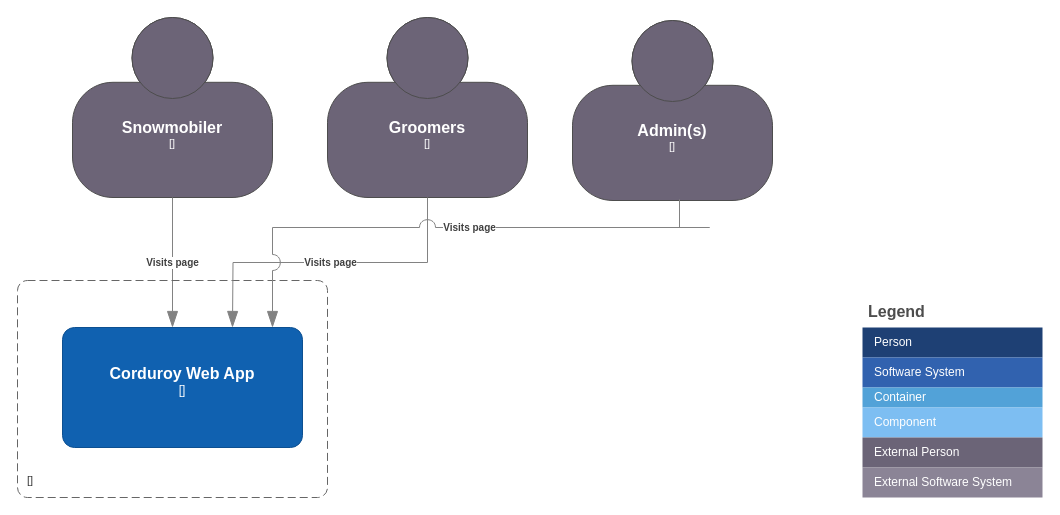
Above: docs/C4/Context-C4.drawio in bartelsjoshuac/Corduroy (draw.io), before the change. Source tidied: cells renumbered, new cells numbered last; positions are measured from the earlier drawing's top-left corner, leaving out a move shared by most shapes. Both pictures are drawn from the tidied source at 100%, with x=0, y=0 at pixel (17, 17).
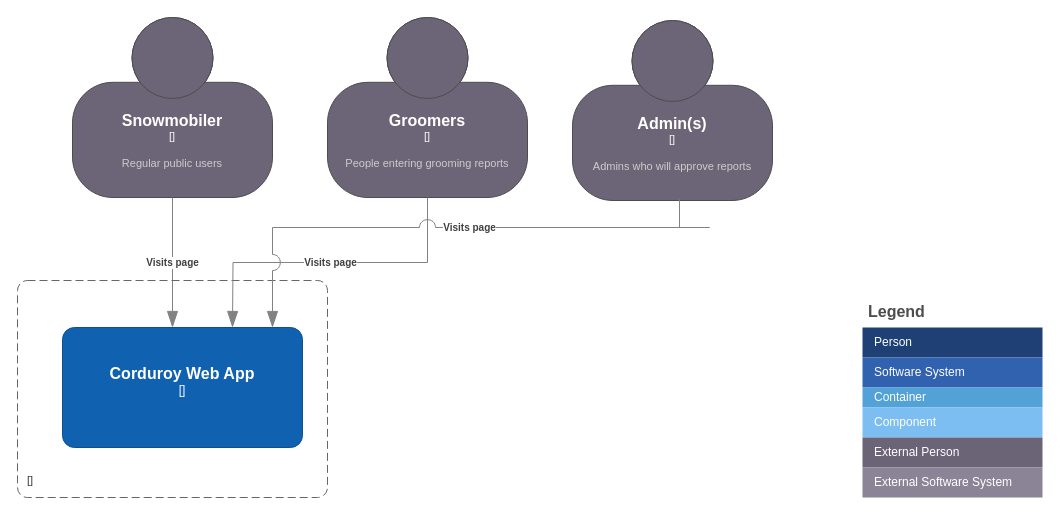
After the change.

What changed in the source:
```diff
@@
-    <object id="2" label="&lt;font style=&quot;font-size: 16px&quot;&gt;&lt;b&gt;%c4Name%&lt;/b&gt;&lt;/font&gt;&lt;div&gt;[%c4Type%]&lt;/div&gt;&lt;br&gt;&lt;div&gt;&lt;font style=&quot;font-size: 11px&quot;&gt;&lt;font color=&quot;#cccccc&quot;&gt;%c4Description%&lt;/font&gt;&lt;/div&gt;" c4Description="" c4Name="Snowmobiler" c4Type="" placeholders="1">
+    <object id="2" label="&lt;font style=&quot;font-size: 16px&quot;&gt;&lt;b&gt;%c4Name%&lt;/b&gt;&lt;/font&gt;&lt;div&gt;[%c4Type%]&lt;/div&gt;&lt;br&gt;&lt;div&gt;&lt;font style=&quot;font-size: 11px&quot;&gt;&lt;font color=&quot;#cccccc&quot;&gt;%c4Description%&lt;/font&gt;&lt;/div&gt;" c4Description="Regular public users" c4Name="Snowmobiler" c4Type="" placeholders="1">
       <mxCell style="html=1;fontSize=11;dashed=0;whiteSpace=wrap;fillColor=#6C6477;strokeColor=#4D4D4D;fontColor=#ffffff;shape=mxgraph.c4.person2;align=center;points=[[0.5,0,0],[1,0.5,0],[1,0.75,0],[0.75,1,0],[0.5,1,0],[0.25,1,0],[0,0.75,0],[0,0.5,0]];" parent="1" vertex="1">
         <mxGeometry x="55" width="200" height="180" as="geometry" />
       </mxCell>
     </object>
@@
-    <object id="18" label="&lt;font style=&quot;font-size: 16px&quot;&gt;&lt;b&gt;%c4Name%&lt;/b&gt;&lt;/font&gt;&lt;div&gt;[%c4Type%]&lt;/div&gt;&lt;br&gt;&lt;div&gt;&lt;font style=&quot;font-size: 11px&quot;&gt;&lt;font color=&quot;#cccccc&quot;&gt;%c4Description%&lt;/font&gt;&lt;/div&gt;" c4Description="" c4Name="Groomers" c4Type="" placeholders="1">
+    <object id="18" label="&lt;font style=&quot;font-size: 16px&quot;&gt;&lt;b&gt;%c4Name%&lt;/b&gt;&lt;/font&gt;&lt;div&gt;[%c4Type%]&lt;/div&gt;&lt;br&gt;&lt;div&gt;&lt;font style=&quot;font-size: 11px&quot;&gt;&lt;font color=&quot;#cccccc&quot;&gt;%c4Description%&lt;/font&gt;&lt;/div&gt;" c4Description="People entering grooming reports" c4Name="Groomers" c4Type="" placeholders="1">
       <mxCell style="html=1;fontSize=11;dashed=0;whiteSpace=wrap;fillColor=#6C6477;strokeColor=#4D4D4D;fontColor=#ffffff;shape=mxgraph.c4.person2;align=center;points=[[0.5,0,0],[1,0.5,0],[1,0.75,0],[0.75,1,0],[0.5,1,0],[0.25,1,0],[0,0.75,0],[0,0.5,0]];" parent="1" vertex="1">
         <mxGeometry x="310" width="200" height="180" as="geometry" />
       </mxCell>
     </object>
-    <object id="19" label="&lt;font style=&quot;font-size: 16px&quot;&gt;&lt;b&gt;%c4Name%&lt;/b&gt;&lt;/font&gt;&lt;div&gt;[%c4Type%]&lt;/div&gt;&lt;br&gt;&lt;div&gt;&lt;font style=&quot;font-size: 11px&quot;&gt;&lt;font color=&quot;#cccccc&quot;&gt;%c4Description%&lt;/font&gt;&lt;/div&gt;" c4Description="" c4Name="Admin(s)" c4Type="" placeholders="1">
+    <object id="19" label="&lt;font style=&quot;font-size: 16px&quot;&gt;&lt;b&gt;%c4Name%&lt;/b&gt;&lt;/font&gt;&lt;div&gt;[%c4Type%]&lt;/div&gt;&lt;br&gt;&lt;div&gt;&lt;font style=&quot;font-size: 11px&quot;&gt;&lt;font color=&quot;#cccccc&quot;&gt;%c4Description%&lt;/font&gt;&lt;/div&gt;" c4Description="Admins who will approve reports" c4Name="Admin(s)" c4Type="" placeholders="1">
       <mxCell style="html=1;fontSize=11;dashed=0;whiteSpace=wrap;fillColor=#6C6477;strokeColor=#4D4D4D;fontColor=#ffffff;shape=mxgraph.c4.person2;align=center;points=[[0.5,0,0],[1,0.5,0],[1,0.75,0],[0.75,1,0],[0.5,1,0],[0.25,1,0],[0,0.75,0],[0,0.5,0]];" parent="1" vertex="1">
         <mxGeometry x="555" y="3" width="200" height="180" as="geometry" />
       </mxCell>
     </object>
```
